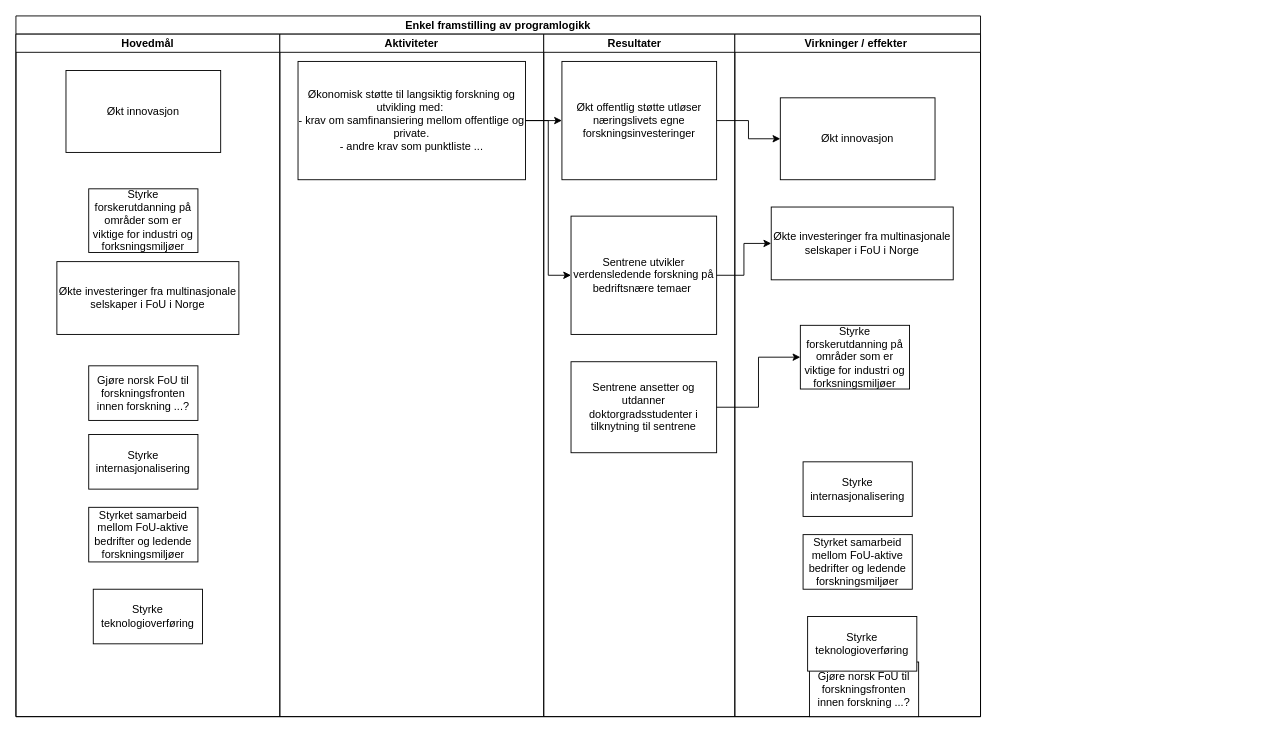
Earlier version of the draw.io diagram SFI_effektdiagram.drawio (gardenberg/drawio_tegninger). Source tidied: cells renumbered, new cells numbered last; positions are measured from the earlier drawing's top-left corner, leaving out a move shared by most shapes. Both pictures are drawn from the tidied source at 91%, with x=0, y=0 at pixel (15, 15).
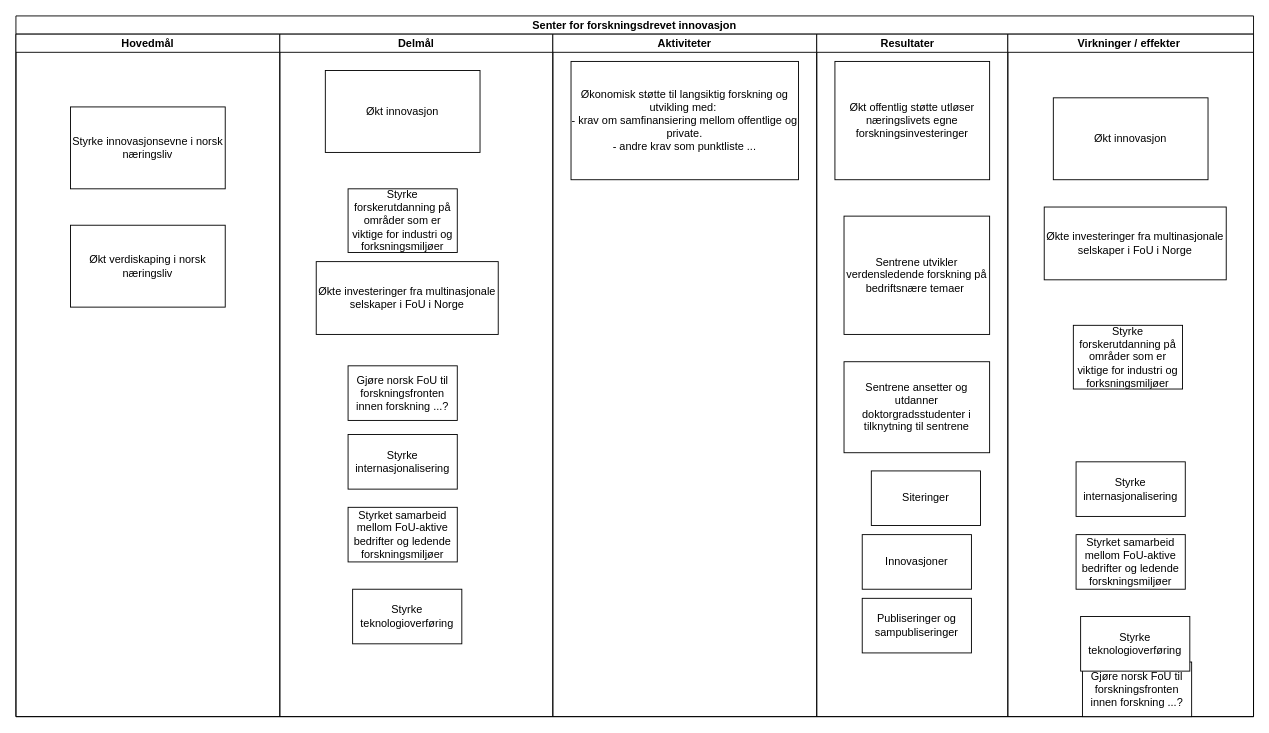
The same diagram, later.

The change refers to these unchanged cells:
```xml
<mxCell id="3" value="Hovedmål" style="swimlane;startSize=20;" parent="2" vertex="1">
  <mxGeometry y="20" width="290" height="750" as="geometry" />
</mxCell>
<mxCell id="14" value="Økt offentlig støtte utløser næringslivets egne forskningsinvesteringer" style="whiteSpace=wrap;html=1;" parent="13" vertex="1">
  <mxGeometry x="20" y="30" width="170" height="130" as="geometry" />
</mxCell>
<mxCell id="15" value="Sentrene utvikler verdensledende forskning på bedriftsnære temaer&amp;nbsp;" style="whiteSpace=wrap;html=1;" parent="13" vertex="1">
  <mxGeometry x="30" y="200" width="160" height="130" as="geometry" />
</mxCell>
<mxCell id="16" value="Sentrene ansetter og utdanner doktorgradsstudenter i tilknytning til sentrene" style="whiteSpace=wrap;html=1;" parent="13" vertex="1">
  <mxGeometry x="30" y="360" width="160" height="100" as="geometry" />
</mxCell>
<mxCell id="20" value="Styrke forskerutdanning på områder som er viktige for industri og forksningsmiljøer" style="whiteSpace=wrap;html=1;" parent="18" vertex="1">
  <mxGeometry x="72" y="320" width="120" height="70" as="geometry" />
</mxCell>
<mxCell id="21" value="Økt innovasjon" style="whiteSpace=wrap;html=1;" parent="18" vertex="1">
  <mxGeometry x="50" y="70" width="170" height="90" as="geometry" />
</mxCell>
<mxCell id="22" value="Økte investeringer fra multinasjonale selskaper i FoU i Norge" style="whiteSpace=wrap;html=1;" parent="18" vertex="1">
  <mxGeometry x="40" y="190" width="200" height="80" as="geometry" />
</mxCell>
```

The edit, as a diff of the source:
```diff
@@
-    <mxCell id="2" value="Enkel framstilling av programlogikk" style="swimlane;startSize=20;" parent="1" vertex="1">
-      <mxGeometry width="1060" height="770" as="geometry" />
+    <mxCell id="2" value="Senter for forskningsdrevet innovasjon" style="swimlane;startSize=20;" parent="1" vertex="1">
+      <mxGeometry width="1360" height="770" as="geometry" />
     </mxCell>
@@
-    <mxCell id="4" value="Styrke internasjonalisering" style="whiteSpace=wrap;html=1;" parent="3" vertex="1">
-      <mxGeometry x="80" y="440" width="120" height="60" as="geometry" />
-    </mxCell>
+    <mxCell id="30" value="Styrke innovasjonsevne i norsk næringsliv" style="whiteSpace=wrap;html=1;" parent="3" vertex="1">
+      <mxGeometry x="60" y="80" width="170" height="90" as="geometry" />
+    </mxCell>
+    <mxCell id="31" value="Økt verdiskaping i norsk næringsliv" style="whiteSpace=wrap;html=1;" parent="3" vertex="1">
+      <mxGeometry x="60" y="210" width="170" height="90" as="geometry" />
+    </mxCell>
+    <mxCell id="11" value="Delmål" style="swimlane;startSize=20;" parent="2" vertex="1">
+      <mxGeometry x="290" y="20" width="300" height="750" as="geometry" />
+    </mxCell>
+    <mxCell id="6" value="Økt innovasjon" style="whiteSpace=wrap;html=1;" parent="11" vertex="1">
+      <mxGeometry x="50" y="40" width="170" height="90" as="geometry" />
+    </mxCell>
-    <mxCell id="5" value="Styrke forskerutdanning på områder som er viktige for industri og forksningsmiljøer" style="whiteSpace=wrap;html=1;" parent="3" vertex="1">
-      <mxGeometry x="80" y="170" width="120" height="70" as="geometry" />
+    <mxCell id="5" value="Styrke forskerutdanning på områder som er viktige for industri og forksningsmiljøer" style="whiteSpace=wrap;html=1;" parent="11" vertex="1">
+      <mxGeometry x="75" y="170" width="120" height="70" as="geometry" />
     </mxCell>
-    <mxCell id="6" value="Økt innovasjon" style="whiteSpace=wrap;html=1;" parent="3" vertex="1">
-      <mxGeometry x="55" y="40" width="170" height="90" as="geometry" />
-    </mxCell>
-    <mxCell id="7" value="Økte investeringer fra multinasjonale selskaper i FoU i Norge" style="whiteSpace=wrap;html=1;" parent="3" vertex="1">
-      <mxGeometry x="45" y="250" width="200" height="80" as="geometry" />
+    <mxCell id="7" value="Økte investeringer fra multinasjonale selskaper i FoU i Norge" style="whiteSpace=wrap;html=1;" parent="11" vertex="1">
+      <mxGeometry x="40" y="250" width="200" height="80" as="geometry" />
     </mxCell>
-    <mxCell id="8" value="Gjøre norsk FoU til forskningsfronten innen forskning ...?" style="whiteSpace=wrap;html=1;" parent="3" vertex="1">
-      <mxGeometry x="80" y="364.5" width="120" height="60" as="geometry" />
+    <mxCell id="8" value="Gjøre norsk FoU til forskningsfronten innen forskning ...?" style="whiteSpace=wrap;html=1;" parent="11" vertex="1">
+      <mxGeometry x="75" y="364.5" width="120" height="60" as="geometry" />
     </mxCell>
+    <mxCell id="4" value="Styrke internasjonalisering" style="whiteSpace=wrap;html=1;" parent="11" vertex="1">
+      <mxGeometry x="75" y="440" width="120" height="60" as="geometry" />
+    </mxCell>
-    <mxCell id="9" value="Styrket samarbeid mellom FoU-aktive bedrifter og ledende forskningsmiljøer" style="whiteSpace=wrap;html=1;" parent="3" vertex="1">
-      <mxGeometry x="80" y="520" width="120" height="60" as="geometry" />
+    <mxCell id="9" value="Styrket samarbeid mellom FoU-aktive bedrifter og ledende forskningsmiljøer" style="whiteSpace=wrap;html=1;" parent="11" vertex="1">
+      <mxGeometry x="75" y="520" width="120" height="60" as="geometry" />
     </mxCell>
-    <mxCell id="10" value="Styrke teknologioverføring" style="whiteSpace=wrap;html=1;" parent="3" vertex="1">
-      <mxGeometry x="85" y="610" width="120" height="60" as="geometry" />
+    <mxCell id="10" value="Styrke teknologioverføring" style="whiteSpace=wrap;html=1;" parent="11" vertex="1">
+      <mxGeometry x="80" y="610" width="120" height="60" as="geometry" />
     </mxCell>
-    <mxCell id="11" value="Aktiviteter" style="swimlane;startSize=20;" parent="2" vertex="1">
-      <mxGeometry x="290" y="20" width="290" height="750" as="geometry" />
-    </mxCell>
+    <mxCell id="26" style="edgeStyle=orthogonalEdgeStyle;rounded=0;orthogonalLoop=1;jettySize=auto;html=1;" parent="2" edge="1">
+      <mxGeometry relative="1" as="geometry">
+        <mxPoint x="770" y="115" as="sourcePoint" />
+        <mxPoint x="715" y="90" as="targetPoint" />
+      </mxGeometry>
+    </mxCell>
+    <mxCell id="32" value="Aktiviteter" style="swimlane;startSize=20;" parent="2" vertex="1">
+      <mxGeometry x="590" y="20" width="290" height="750" as="geometry" />
+    </mxCell>
-    <mxCell id="12" value="Økonomisk støtte til langsiktig forskning og utvikling med:&amp;nbsp;&lt;br&gt;- krav om samfinansiering mellom offentlige og private.&lt;br&gt;- andre krav som punktliste ..." style="whiteSpace=wrap;html=1;" parent="11" vertex="1">
+    <mxCell id="12" value="Økonomisk støtte til langsiktig forskning og utvikling med:&amp;nbsp;&lt;br&gt;- krav om samfinansiering mellom offentlige og private.&lt;br&gt;- andre krav som punktliste ..." style="whiteSpace=wrap;html=1;" parent="32" vertex="1">
       <mxGeometry x="20" y="30" width="250" height="130" as="geometry" />
     </mxCell>
     <mxCell id="13" value="Resultater   " style="swimlane;startSize=20;" parent="2" vertex="1">
-      <mxGeometry x="580" y="20" width="210" height="750" as="geometry" />
+      <mxGeometry x="880" y="20" width="210" height="750" as="geometry" />
     </mxCell>
@@
-    <mxCell id="17" style="edgeStyle=orthogonalEdgeStyle;rounded=0;jettySize=auto;html=1;" parent="2" edge="1" source="12" target="14">
-      <mxGeometry relative="1" as="geometry" />
-    </mxCell>
+    <mxCell id="33" value="Publiseringer og sampubliseringer" style="whiteSpace=wrap;html=1;" parent="13" vertex="1">
+      <mxGeometry x="50" y="620" width="120" height="60" as="geometry" />
+    </mxCell>
+    <mxCell id="34" value="Innovasjoner" style="whiteSpace=wrap;html=1;" parent="13" vertex="1">
+      <mxGeometry x="50" y="550" width="120" height="60" as="geometry" />
+    </mxCell>
     <mxCell id="18" value="Virkninger / effekter " style="swimlane;startSize=20;" parent="2" vertex="1">
-      <mxGeometry x="790" y="20" width="270" height="750" as="geometry" />
+      <mxGeometry x="1090" y="20" width="270" height="750" as="geometry" />
     </mxCell>
@@
-    <mxCell id="26" style="edgeStyle=orthogonalEdgeStyle;rounded=0;jettySize=auto;html=1;" parent="2" edge="1" source="14" target="21">
-      <mxGeometry relative="1" as="geometry" />
-    </mxCell>
-    <mxCell id="27" style="edgeStyle=orthogonalEdgeStyle;rounded=0;jettySize=auto;html=1;" parent="2" edge="1" source="15" target="22">
-      <mxGeometry relative="1" as="geometry" />
-    </mxCell>
-    <mxCell id="28" style="edgeStyle=orthogonalEdgeStyle;rounded=0;jettySize=auto;html=1;entryX=0;entryY=0.5;entryDx=0;entryDy=0;" parent="2" edge="1" source="12" target="15">
-      <mxGeometry relative="1" as="geometry" />
-    </mxCell>
-    <mxCell id="29" style="edgeStyle=orthogonalEdgeStyle;rounded=0;jettySize=auto;html=1;" parent="2" edge="1" source="16" target="20">
-      <mxGeometry relative="1" as="geometry" />
-    </mxCell>
+    <mxCell id="35" value="Siteringer" style="whiteSpace=wrap;html=1;" parent="1" vertex="1">
+      <mxGeometry x="940" y="500" width="120" height="60" as="geometry" />
+    </mxCell>
```
